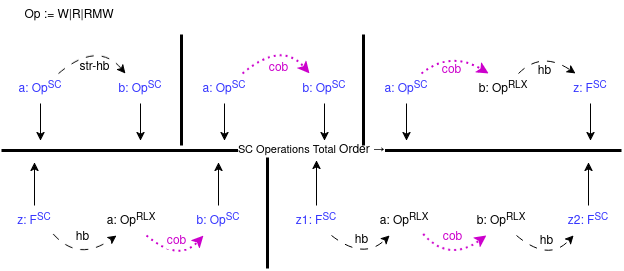
Above: relearning_cpp/images/conc_mem_ord/cpp20_sc_total_order.drawio.png in dhwanikatagade/notes-on-study (draw.io), before the change. Source tidied: cells renumbered, new cells last; positions are measured from the earlier drawing's top-left corner, leaving out a move shared by most shapes.
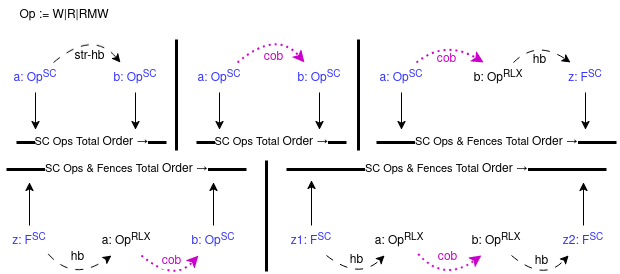
After the change.

Commit message:
Added diagram for SC total ordering rules. ++

Diff of the diagram source:
```diff
@@ -13,15 +13,6 @@
         <mxPoint x="139" y="140" as="targetPoint" />
       </mxGeometry>
     </mxCell>
-    <mxCell id="5" style="endArrow=none;html=1;rounded=0;strokeWidth=3;" parent="1" edge="1">
-      <mxGeometry relative="1" as="geometry">
-        <mxPoint x="620" y="150" as="sourcePoint" />
-        <mxPoint y="150" as="targetPoint" />
-      </mxGeometry>
-    </mxCell>
-    <mxCell id="6" value="SC Operations Total &lt;font style=&quot;font-size: 12px;&quot;&gt;Order →&lt;/font&gt;" style="edgeLabel;html=1;align=center;verticalAlign=middle;" parent="5" vertex="1">
-      <mxGeometry relative="1" as="geometry" />
-    </mxCell>
     <mxCell id="7" style="curved=1;endArrow=classic;html=1;rounded=0;exitX=0.8;exitY=0;exitDx=0;exitDy=0;entryX=0.25;entryY=0;entryDx=0;entryDy=0;strokeColor=#000000;dashed=1;dashPattern=8 8;labelPosition=center;verticalLabelPosition=top;align=center;verticalAlign=bottom;exitPerimeter=0;" parent="1" edge="1" source="2" target="3">
       <mxGeometry relative="1" as="geometry">
         <Array as="points">
@@ -35,7 +26,7 @@
       </mxGeometry>
     </mxCell>
     <mxCell id="9" value="Op := W|R|RMW" style="text;html=1;align=center;verticalAlign=middle;whiteSpace=wrap;rounded=0;" parent="1" vertex="1">
-      <mxGeometry x="3" width="130" height="30" as="geometry" />
+      <mxGeometry x="3" y="11" width="130" height="30" as="geometry" />
     </mxCell>
     <mxCell id="10" style="endArrow=classic;html=1;rounded=0;exitX=0.5;exitY=1;exitDx=0;exitDy=0;" parent="1" edge="1" source="2">
       <mxGeometry relative="1" as="geometry">
@@ -71,15 +62,15 @@
       </mxGeometry>
     </mxCell>
     <mxCell id="17" value="z: F&lt;sup&gt;SC&lt;/sup&gt;" style="text;html=1;align=center;verticalAlign=middle;whiteSpace=wrap;rounded=0;fontColor=#3333FF;" parent="1" vertex="1">
-      <mxGeometry x="3" y="205" width="60" height="30" as="geometry" />
+      <mxGeometry x="3" y="236" width="60" height="30" as="geometry" />
     </mxCell>
     <mxCell id="18" value="a: Op&lt;sup&gt;RLX&lt;/sup&gt;" style="text;html=1;align=center;verticalAlign=middle;whiteSpace=wrap;rounded=0;" parent="1" vertex="1">
-      <mxGeometry x="100" y="205" width="60" height="30" as="geometry" />
+      <mxGeometry x="100" y="236" width="60" height="30" as="geometry" />
     </mxCell>
     <mxCell id="19" style="curved=1;endArrow=classic;html=1;rounded=0;exitX=0.811;exitY=0.948;exitDx=0;exitDy=0;entryX=0.25;entryY=1;entryDx=0;entryDy=0;strokeColor=#000000;dashed=1;dashPattern=8 8;labelPosition=center;verticalLabelPosition=top;align=center;verticalAlign=bottom;exitPerimeter=0;" parent="1" edge="1" source="17" target="18">
       <mxGeometry relative="1" as="geometry">
         <Array as="points">
-          <mxPoint x="77" y="262" />
+          <mxPoint x="77" y="293" />
         </Array>
       </mxGeometry>
     </mxCell>
@@ -90,21 +81,21 @@
     </mxCell>
     <mxCell id="21" style="endArrow=classic;html=1;rounded=0;exitX=0.5;exitY=0;exitDx=0;exitDy=0;" parent="1" edge="1" source="17">
       <mxGeometry relative="1" as="geometry">
-        <mxPoint x="33" y="162" as="targetPoint" />
+        <mxPoint x="33" y="193" as="targetPoint" />
       </mxGeometry>
     </mxCell>
     <mxCell id="22" value="b: Op&lt;sup&gt;SC&lt;/sup&gt;" style="text;html=1;align=center;verticalAlign=middle;whiteSpace=wrap;rounded=0;fontColor=#3333FF;" parent="1" vertex="1">
-      <mxGeometry x="187" y="205" width="60" height="30" as="geometry" />
+      <mxGeometry x="187" y="236" width="60" height="30" as="geometry" />
     </mxCell>
     <mxCell id="23" style="endArrow=classic;html=1;rounded=0;exitX=0.5;exitY=0;exitDx=0;exitDy=0;" parent="1" edge="1" source="22">
       <mxGeometry relative="1" as="geometry">
-        <mxPoint x="217" y="162" as="targetPoint" />
+        <mxPoint x="217" y="193" as="targetPoint" />
       </mxGeometry>
     </mxCell>
     <mxCell id="24" style="curved=1;endArrow=classic;html=1;rounded=0;exitX=0.75;exitY=1;exitDx=0;exitDy=0;entryX=0.25;entryY=1;entryDx=0;entryDy=0;strokeColor=#CC00CC;dashed=1;dashPattern=1 2;labelPosition=center;verticalLabelPosition=top;align=center;verticalAlign=bottom;strokeWidth=2;" parent="1" edge="1" source="18" target="22">
       <mxGeometry relative="1" as="geometry">
         <Array as="points">
-          <mxPoint x="177" y="262" />
+          <mxPoint x="177" y="293" />
         </Array>
       </mxGeometry>
     </mxCell>
@@ -115,26 +106,26 @@
     </mxCell>
     <mxCell id="26" style="endArrow=none;html=1;rounded=0;strokeWidth=3;" parent="1" edge="1">
       <mxGeometry relative="1" as="geometry">
-        <mxPoint x="180" y="145" as="sourcePoint" />
-        <mxPoint x="180" y="34" as="targetPoint" />
+        <mxPoint x="180" y="161" as="sourcePoint" />
+        <mxPoint x="180" y="50" as="targetPoint" />
       </mxGeometry>
     </mxCell>
     <mxCell id="27" style="endArrow=none;html=1;rounded=0;strokeWidth=3;" parent="1" edge="1">
       <mxGeometry relative="1" as="geometry">
-        <mxPoint x="362" y="145" as="sourcePoint" />
-        <mxPoint x="362" y="34" as="targetPoint" />
+        <mxPoint x="362" y="161" as="sourcePoint" />
+        <mxPoint x="362" y="50" as="targetPoint" />
       </mxGeometry>
     </mxCell>
     <mxCell id="28" value="a: Op&lt;sup&gt;RLX&lt;/sup&gt;" style="text;html=1;align=center;verticalAlign=middle;whiteSpace=wrap;rounded=0;" parent="1" vertex="1">
-      <mxGeometry x="373" y="205" width="60" height="30" as="geometry" />
+      <mxGeometry x="373" y="236" width="60" height="30" as="geometry" />
     </mxCell>
     <mxCell id="29" value="b: Op&lt;sup&gt;RLX&lt;/sup&gt;" style="text;html=1;align=center;verticalAlign=middle;whiteSpace=wrap;rounded=0;" parent="1" vertex="1">
-      <mxGeometry x="470" y="205" width="60" height="30" as="geometry" />
+      <mxGeometry x="470" y="236" width="60" height="30" as="geometry" />
     </mxCell>
     <mxCell id="30" style="curved=1;endArrow=classic;html=1;rounded=0;exitX=0.811;exitY=0.948;exitDx=0;exitDy=0;entryX=0.25;entryY=1;entryDx=0;entryDy=0;strokeColor=#CC00CC;dashed=1;dashPattern=1 2;labelPosition=center;verticalLabelPosition=top;align=center;verticalAlign=bottom;exitPerimeter=0;strokeWidth=2;" parent="1" edge="1" source="28" target="29">
       <mxGeometry relative="1" as="geometry">
         <Array as="points">
-          <mxPoint x="447" y="262" />
+          <mxPoint x="447" y="293" />
         </Array>
       </mxGeometry>
     </mxCell>
@@ -145,21 +136,21 @@
     </mxCell>
     <mxCell id="32" style="endArrow=classic;html=1;rounded=0;exitX=0.5;exitY=0;exitDx=0;exitDy=0;" parent="1" edge="1" source="47">
       <mxGeometry relative="1" as="geometry">
-        <mxPoint x="315" y="160" as="targetPoint" />
+        <mxPoint x="315" y="191" as="targetPoint" />
       </mxGeometry>
     </mxCell>
     <mxCell id="33" value="z2: F&lt;sup&gt;SC&lt;/sup&gt;" style="text;html=1;align=center;verticalAlign=middle;whiteSpace=wrap;rounded=0;fontColor=#3333FF;" parent="1" vertex="1">
-      <mxGeometry x="557" y="205" width="60" height="30" as="geometry" />
+      <mxGeometry x="557" y="236" width="60" height="30" as="geometry" />
     </mxCell>
     <mxCell id="34" style="endArrow=classic;html=1;rounded=0;exitX=0.5;exitY=0;exitDx=0;exitDy=0;" parent="1" edge="1" source="33">
       <mxGeometry relative="1" as="geometry">
-        <mxPoint x="587" y="162" as="targetPoint" />
+        <mxPoint x="587" y="193" as="targetPoint" />
       </mxGeometry>
     </mxCell>
     <mxCell id="35" style="curved=1;endArrow=classic;html=1;rounded=0;exitX=0.75;exitY=1;exitDx=0;exitDy=0;entryX=0.25;entryY=1;entryDx=0;entryDy=0;strokeColor=#000000;dashed=1;dashPattern=8 8;labelPosition=center;verticalLabelPosition=top;align=center;verticalAlign=bottom;" parent="1" edge="1" source="29" target="33">
       <mxGeometry relative="1" as="geometry">
         <Array as="points">
-          <mxPoint x="547" y="262" />
+          <mxPoint x="547" y="293" />
         </Array>
       </mxGeometry>
     </mxCell>
@@ -170,8 +161,8 @@
     </mxCell>
     <mxCell id="37" style="endArrow=none;html=1;rounded=0;strokeWidth=3;" parent="1" edge="1">
       <mxGeometry relative="1" as="geometry">
-        <mxPoint x="266" y="268" as="sourcePoint" />
-        <mxPoint x="266" y="157" as="targetPoint" />
+        <mxPoint x="270" y="282" as="sourcePoint" />
+        <mxPoint x="270" y="171" as="targetPoint" />
       </mxGeometry>
     </mxCell>
     <mxCell id="38" value="a: Op&lt;sup&gt;SC&lt;/sup&gt;" style="text;html=1;align=center;verticalAlign=middle;whiteSpace=wrap;rounded=0;fontColor=#3333FF;" parent="1" vertex="1">
@@ -218,12 +209,12 @@
       </mxGeometry>
     </mxCell>
     <mxCell id="47" value="z1: F&lt;sup&gt;SC&lt;/sup&gt;" style="text;html=1;align=center;verticalAlign=middle;whiteSpace=wrap;rounded=0;fontColor=#3333FF;" parent="1" vertex="1">
-      <mxGeometry x="285" y="205" width="60" height="30" as="geometry" />
+      <mxGeometry x="285" y="236" width="60" height="30" as="geometry" />
     </mxCell>
     <mxCell id="48" style="curved=1;endArrow=classic;html=1;rounded=0;exitX=0.75;exitY=1;exitDx=0;exitDy=0;entryX=0.25;entryY=1;entryDx=0;entryDy=0;strokeColor=#000000;dashed=1;dashPattern=8 8;labelPosition=center;verticalLabelPosition=top;align=center;verticalAlign=bottom;" parent="1" edge="1" source="47" target="28">
       <mxGeometry relative="1" as="geometry">
         <Array as="points">
-          <mxPoint x="362" y="260" />
+          <mxPoint x="362" y="291" />
         </Array>
       </mxGeometry>
     </mxCell>
@@ -232,5 +223,50 @@
         <mxPoint x="-17" y="-28" as="offset" />
       </mxGeometry>
     </mxCell>
+    <mxCell id="50" style="endArrow=none;html=1;rounded=0;strokeWidth=3;" parent="1" edge="1">
+      <mxGeometry relative="1" as="geometry">
+        <mxPoint x="250" y="180" as="sourcePoint" />
+        <mxPoint x="10" y="180" as="targetPoint" />
+      </mxGeometry>
+    </mxCell>
+    <mxCell id="51" value="SC Ops &amp;amp; Fences Total &lt;font style=&quot;font-size: 12px;&quot;&gt;Order →&lt;/font&gt;" style="edgeLabel;html=1;align=center;verticalAlign=middle;" parent="50" vertex="1">
+      <mxGeometry relative="1" as="geometry" />
+    </mxCell>
+    <mxCell id="52" style="endArrow=none;html=1;rounded=0;strokeWidth=3;" parent="1" edge="1">
+      <mxGeometry relative="1" as="geometry">
+        <mxPoint x="610" y="180" as="sourcePoint" />
+        <mxPoint x="290" y="180" as="targetPoint" />
+      </mxGeometry>
+    </mxCell>
+    <mxCell id="53" value="SC Ops &amp;amp; Fences Total &lt;font style=&quot;font-size: 12px;&quot;&gt;Order →&lt;/font&gt;" style="edgeLabel;html=1;align=center;verticalAlign=middle;" parent="52" vertex="1">
+      <mxGeometry relative="1" as="geometry" />
+    </mxCell>
+    <mxCell id="54" style="endArrow=none;html=1;rounded=0;strokeWidth=3;" parent="1" edge="1">
+      <mxGeometry relative="1" as="geometry">
+        <mxPoint x="620" y="153" as="sourcePoint" />
+        <mxPoint x="380" y="153" as="targetPoint" />
+      </mxGeometry>
+    </mxCell>
+    <mxCell id="55" value="SC Ops &amp;amp; Fences Total &lt;font style=&quot;font-size: 12px;&quot;&gt;Order →&lt;/font&gt;" style="edgeLabel;html=1;align=center;verticalAlign=middle;" parent="54" vertex="1">
+      <mxGeometry relative="1" as="geometry" />
+    </mxCell>
+    <mxCell id="56" style="endArrow=none;html=1;rounded=0;strokeWidth=3;" parent="1" edge="1">
+      <mxGeometry relative="1" as="geometry">
+        <mxPoint x="350" y="153" as="sourcePoint" />
+        <mxPoint x="200" y="153" as="targetPoint" />
+      </mxGeometry>
+    </mxCell>
+    <mxCell id="57" value="SC Ops Total &lt;font style=&quot;font-size: 12px;&quot;&gt;Order →&lt;/font&gt;" style="edgeLabel;html=1;align=center;verticalAlign=middle;" parent="56" vertex="1">
+      <mxGeometry relative="1" as="geometry" />
+    </mxCell>
+    <mxCell id="58" style="endArrow=none;html=1;rounded=0;strokeWidth=3;" parent="1" edge="1">
+      <mxGeometry relative="1" as="geometry">
+        <mxPoint x="170" y="153" as="sourcePoint" />
+        <mxPoint x="20" y="153" as="targetPoint" />
+      </mxGeometry>
+    </mxCell>
+    <mxCell id="59" value="SC Ops Total &lt;font style=&quot;font-size: 12px;&quot;&gt;Order →&lt;/font&gt;" style="edgeLabel;html=1;align=center;verticalAlign=middle;" parent="58" vertex="1">
+      <mxGeometry relative="1" as="geometry" />
+    </mxCell>
   </root>
 </mxGraphModel>
```
